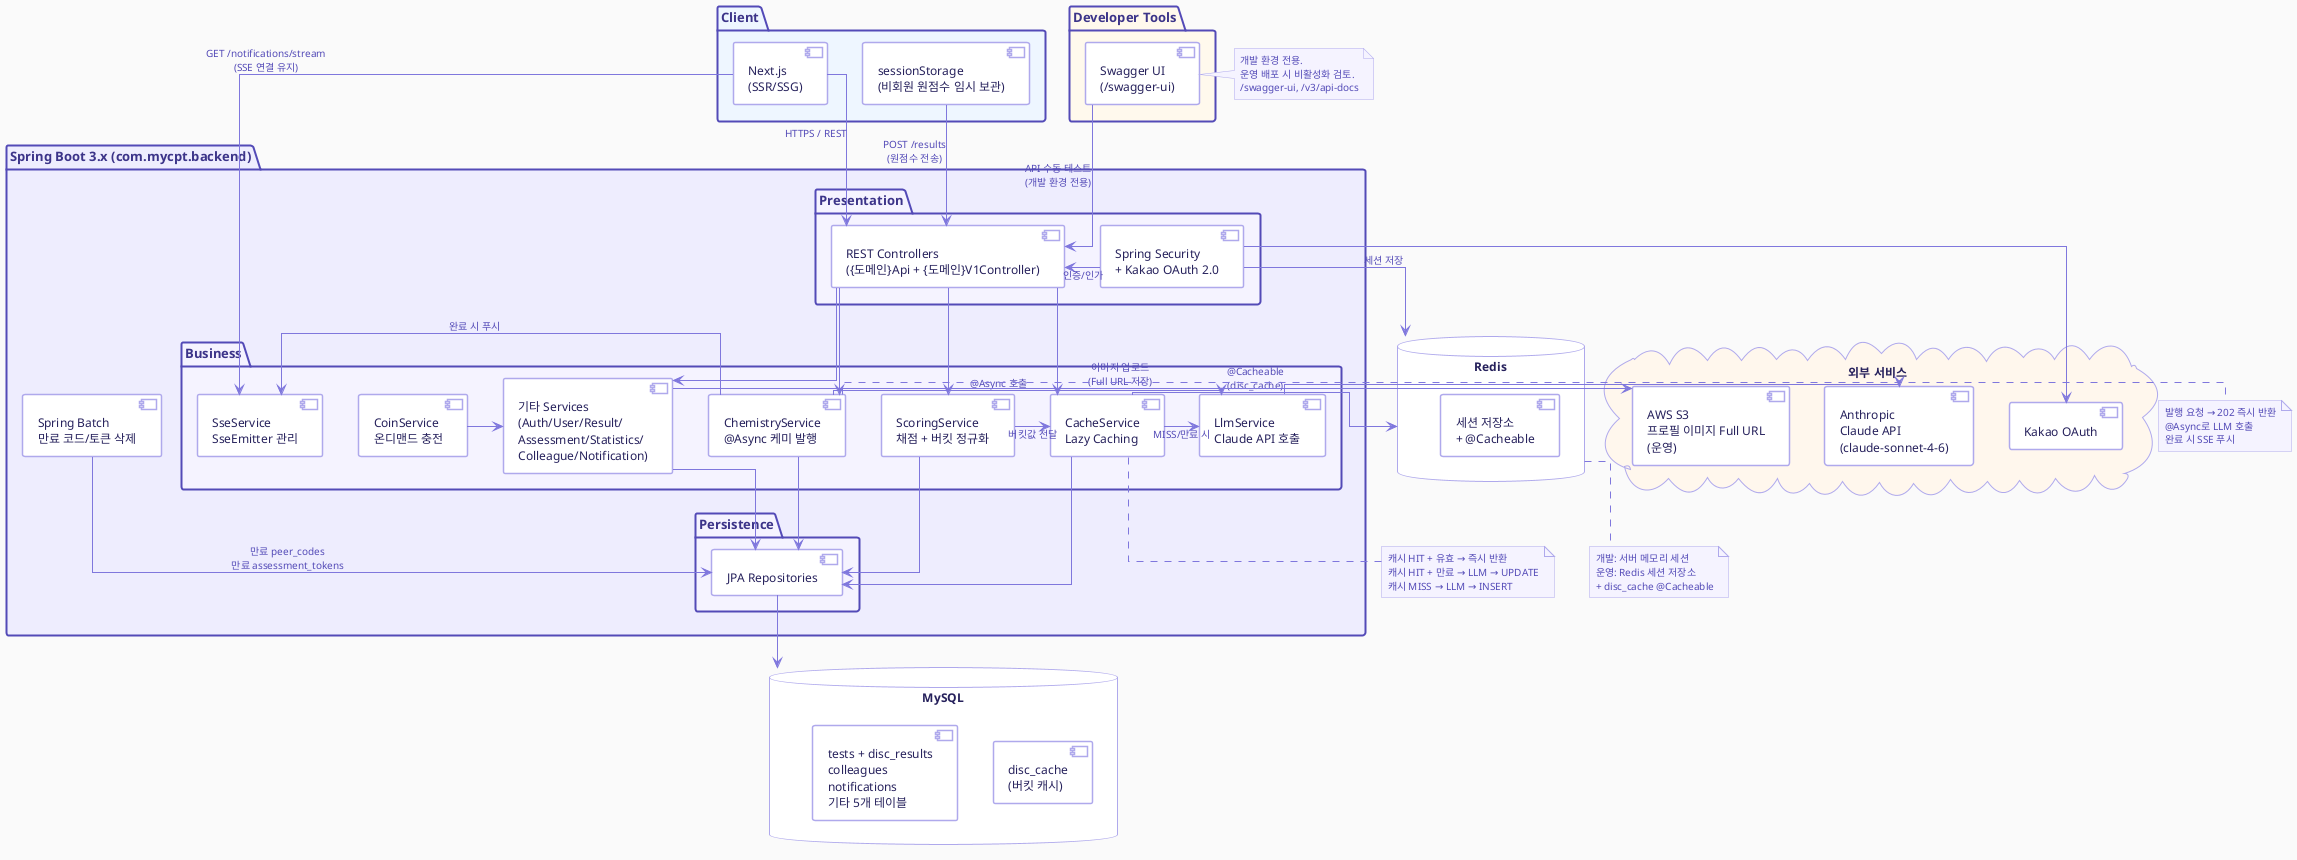
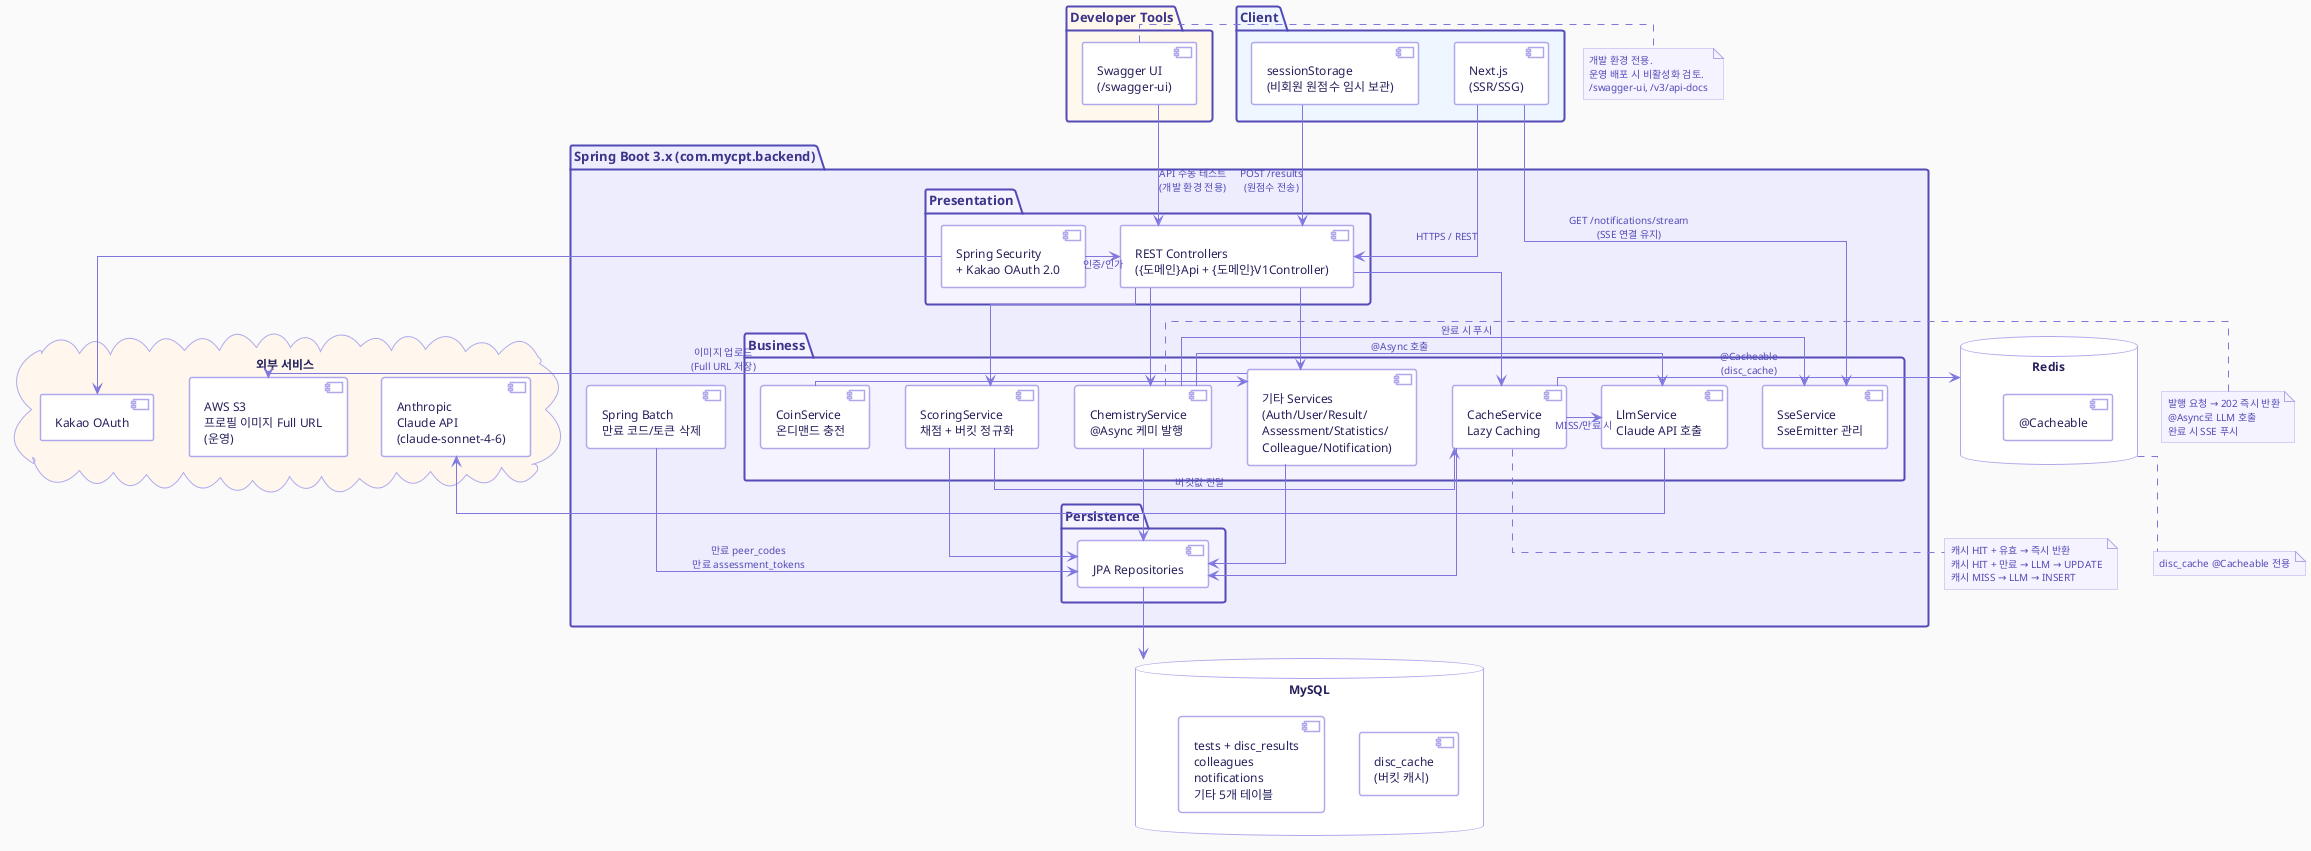
@startuml MyCPT_Architecture

skinparam backgroundColor #FAFAFA
skinparam defaultFontName "Apple SD Gothic Neo, sans-serif"
skinparam defaultFontSize 12
skinparam defaultFontColor #26215C

skinparam component {
  BackgroundColor #FFFFFF
  BorderColor #AFA9EC
  BorderThickness 1.5
  FontColor #26215C
  FontSize 12
  ArrowColor #7F77DD
  ArrowFontColor #534AB7
  ArrowFontSize 10
}

skinparam package {
  BackgroundColor #EEEDFE
  BorderColor #534AB7
  BorderThickness 2
  FontColor #3C3489
  FontSize 13
  FontStyle bold
}

skinparam database {
  BackgroundColor #FFFFFF
  BorderColor #AFA9EC
  FontColor #26215C
}

skinparam cloud {
  BackgroundColor #FFFFFF
  BorderColor #AFA9EC
  FontColor #26215C
}

skinparam note {
  BackgroundColor #F5F3FF
  BorderColor #AFA9EC
  FontColor #534AB7
  FontSize 10
}

skinparam linetype ortho

' ── 변경: Developer Tools 패키지 추가 ──────────────────────────────────────
package "Developer Tools" #FFF9ED {
  [Swagger UI\n(/swagger-ui)] as Swagger
}

package "Client" #EEF6FF {
  [Next.js\n(SSR/SSG)] as NextJS
  [sessionStorage\n(비회원 원점수 임시 보관)] as Session
}

package "Spring Boot 3.x (com.mycpt.backend)" #EEEDFE {
' ── 변경: 패키지 루트 명시 ──────────────────────────────────────────────────

  package "Presentation" #F5F3FF {
    [REST Controllers\n({도메인}Api + {도메인}V1Controller)] as Controllers
' ── 변경: Interface + V1Controller 구조 명시 ──────────────────────────────
    [Spring Security\n+ Kakao OAuth 2.0] as Security
  }

  package "Business" #F5F3FF {
    [ScoringService\n채점 + 버킷 정규화] as Scoring
    [CacheService\nLazy Caching] as Cache
    [LlmService\nClaude API 호출] as Llm
    [ChemistryService\n@Async 케미 발행] as Chemistry
    [SseService\nSseEmitter 관리] as Sse
    [CoinService\n온디맨드 충전] as Coin
    [기타 Services\n(Auth/User/Result/\nAssessment/Statistics/\nColleague/Notification)] as OtherServices
  }

  package "Persistence" #F5F3FF {
    [JPA Repositories] as Repos
  }

  [Spring Batch\n만료 코드/토큰 삭제] as Batch
}

database "MySQL" as MySQL {
  [disc_cache\n(버킷 캐시)] as DiscCache
  [tests + disc_results\ncolleagues\nnotifications\n기타 5개 테이블] as OtherTables
' ── 변경: test_results → tests + disc_results (v0.5 DDL 반영) ─────────────
}

database "Redis" as Redis {
-   [세션 저장소\n+ @Cacheable] as RedisData
+   [@Cacheable] as RedisData
}

cloud "외부 서비스" #FFF7ED {
  [Anthropic\nClaude API\n(claude-sonnet-4-6)] as ClaudeAPI
  [Kakao OAuth] as Kakao
  [AWS S3\n프로필 이미지 Full URL\n(운영)] as S3
' ── 변경: Full URL 저장 방식 명시 ────────────────────────────────────────
}

' ── 변경: Swagger → Controllers 연결 추가 ──────────────────────────────────
Swagger  -down-> Controllers : API 수동 테스트\n(개발 환경 전용)

' Client ↔ Spring Boot
NextJS   -down-> Controllers : HTTPS / REST
NextJS   -down-> Sse         : GET /notifications/stream\n(SSE 연결 유지)
Session  -down-> Controllers : POST /results\n(원점수 전송)

' Security
Security -right-> Controllers : 인증/인가

' Controller → Service
Controllers -down-> Scoring
Controllers -down-> Cache
Controllers -down-> Chemistry
Controllers -down-> OtherServices

' Service 내부 흐름
Scoring     -right-> Cache       : 버킷값 전달
Cache       -right-> Llm         : MISS/만료 시
Chemistry   -right-> Llm         : @Async 호출
Chemistry   -right-> Sse         : 완료 시 푸시
Coin        -right-> OtherServices

' Service → Repository
Scoring         -down-> Repos
Cache           -down-> Repos
OtherServices   -down-> Repos
Chemistry       -down-> Repos

' Repository → DB
Repos -down-> MySQL

' Redis
Cache         -right-> Redis : @Cacheable\n(disc_cache)
- Security      -right-> Redis : 세션 저장

' 외부 연동
Llm           -right-> ClaudeAPI
Security      -down->  Kakao
OtherServices -right-> S3    : 이미지 업로드\n(Full URL 저장)
' ── 변경: Full URL 저장 명시 ─────────────────────────────────────────────

' Batch
Batch -down-> Repos : 만료 peer_codes\n만료 assessment_tokens

note bottom of Cache
  캐시 HIT + 유효 → 즉시 반환
  캐시 HIT + 만료 → LLM → UPDATE
  캐시 MISS → LLM → INSERT
end note

note right of Chemistry
  발행 요청 → 202 즉시 반환
  @Async로 LLM 호출
  완료 시 SSE 푸시
end note

note bottom of Redis
-   개발: 서버 메모리 세션
-   운영: Redis 세션 저장소
-   + disc_cache @Cacheable
+   disc_cache @Cacheable 전용
end note

' ── 변경: Swagger 관련 note 추가 ────────────────────────────────────────────
note right of Swagger
  개발 환경 전용.
  운영 배포 시 비활성화 검토.
  /swagger-ui, /v3/api-docs
end note

@enduml